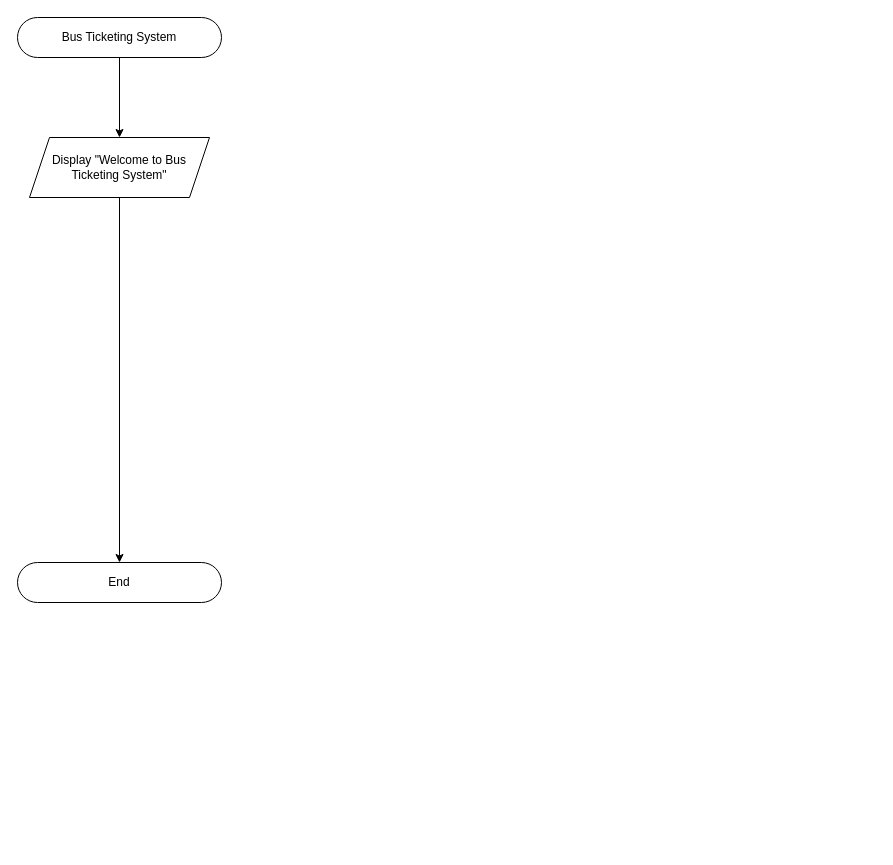
kenny2125/CC103-PROJECT-PROPOSAL keeps this draw.io diagram as Documenation/Bus Ticketing System.drawio. Above is the earlier version. Source tidied: cells renumbered, new cells numbered last; positions are measured from the earlier drawing's top-left corner, leaving out a move shared by most shapes. Both pictures are drawn from the tidied source at 100%, with x=0, y=0 at pixel (17, 17).
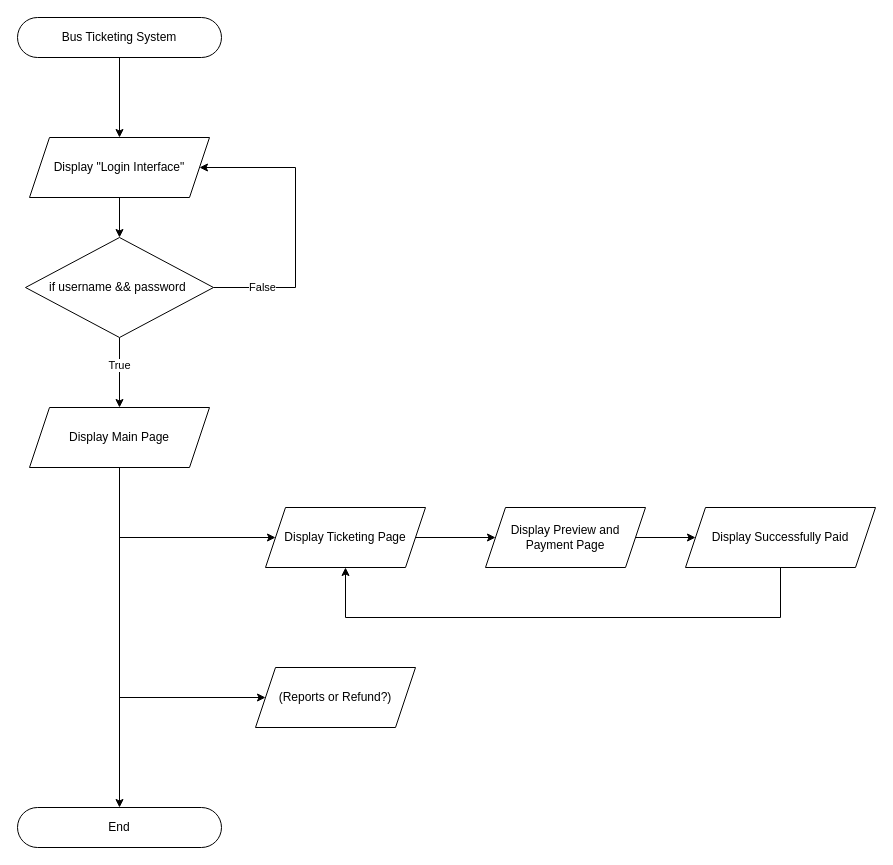
After the change.

What changed in the source:
```diff
@@
-    <mxCell id="4" style="edgeStyle=orthogonalEdgeStyle;rounded=0;jettySize=auto;html=1;" parent="1" edge="1" source="5" target="6">
-      <mxGeometry relative="1" as="geometry" />
-    </mxCell>
+    <mxCell id="7" style="edgeStyle=orthogonalEdgeStyle;rounded=0;jettySize=auto;html=1;entryX=0.5;entryY=0;entryDx=0;entryDy=0;" parent="1" edge="1" source="5" target="16">
+      <mxGeometry relative="1" as="geometry" />
+    </mxCell>
-    <mxCell id="5" value="Display &quot;Welcome to Bus Ticketing System&quot;" style="shape=parallelogram;perimeter=parallelogramPerimeter;whiteSpace=wrap;html=1;fixedSize=1;" parent="1" vertex="1">
+    <mxCell id="5" value="Display &quot;Login Interface&quot;" style="shape=parallelogram;perimeter=parallelogramPerimeter;whiteSpace=wrap;html=1;fixedSize=1;" parent="1" vertex="1">
       <mxGeometry x="12" y="120" width="180" height="60" as="geometry" />
     </mxCell>
     <mxCell id="6" value="End" style="rounded=1;whiteSpace=wrap;html=1;fontSize=12;glass=0;strokeWidth=1;shadow=0;arcSize=50;" parent="1" vertex="1">
-      <mxGeometry y="545" width="204" height="40" as="geometry" />
+      <mxGeometry y="790" width="204" height="40" as="geometry" />
     </mxCell>
+    <mxCell id="8" style="edgeStyle=orthogonalEdgeStyle;rounded=0;jettySize=auto;html=1;entryX=0;entryY=0.5;entryDx=0;entryDy=0;" parent="1" edge="1" source="11" target="18">
+      <mxGeometry relative="1" as="geometry">
+        <Array as="points">
+          <mxPoint x="102" y="520" />
+        </Array>
+      </mxGeometry>
+    </mxCell>
+    <mxCell id="9" style="edgeStyle=orthogonalEdgeStyle;rounded=0;jettySize=auto;html=1;" parent="1" edge="1" source="11" target="6">
+      <mxGeometry relative="1" as="geometry" />
+    </mxCell>
+    <mxCell id="10" style="edgeStyle=orthogonalEdgeStyle;rounded=0;jettySize=auto;html=1;entryX=0;entryY=0.5;entryDx=0;entryDy=0;" parent="1" edge="1" source="11" target="21">
+      <mxGeometry relative="1" as="geometry">
+        <Array as="points">
+          <mxPoint x="102" y="680" />
+        </Array>
+      </mxGeometry>
+    </mxCell>
+    <mxCell id="11" value="Display Main Page" style="shape=parallelogram;perimeter=parallelogramPerimeter;whiteSpace=wrap;html=1;fixedSize=1;" parent="1" vertex="1">
+      <mxGeometry x="12" y="390" width="180" height="60" as="geometry" />
+    </mxCell>
+    <mxCell id="12" style="edgeStyle=orthogonalEdgeStyle;rounded=0;jettySize=auto;html=1;entryX=0.5;entryY=0;entryDx=0;entryDy=0;" parent="1" edge="1" source="16" target="11">
+      <mxGeometry relative="1" as="geometry" />
+    </mxCell>
+    <mxCell id="13" value="True" style="edgeLabel;html=1;align=center;verticalAlign=middle;" parent="12" vertex="1">
+      <mxGeometry x="-0.22" y="-1" relative="1" as="geometry" />
+    </mxCell>
+    <mxCell id="14" style="edgeStyle=orthogonalEdgeStyle;rounded=0;jettySize=auto;html=1;entryX=1;entryY=0.5;entryDx=0;entryDy=0;" parent="1" edge="1" source="16" target="5">
+      <mxGeometry relative="1" as="geometry">
+        <Array as="points">
+          <mxPoint x="278" y="270" />
+          <mxPoint x="278" y="150" />
+        </Array>
+      </mxGeometry>
+    </mxCell>
+    <mxCell id="15" value="False" style="edgeLabel;html=1;align=center;verticalAlign=middle;" parent="14" vertex="1">
+      <mxGeometry x="-0.68" y="1" relative="1" as="geometry" />
+    </mxCell>
+    <mxCell id="16" value="if username &amp;amp;&amp;amp; password&amp;nbsp;" style="rhombus;whiteSpace=wrap;html=1;" parent="1" vertex="1">
+      <mxGeometry x="8" y="220" width="188" height="100" as="geometry" />
+    </mxCell>
+    <mxCell id="17" style="edgeStyle=orthogonalEdgeStyle;rounded=0;jettySize=auto;html=1;" parent="1" edge="1" source="18" target="20">
+      <mxGeometry relative="1" as="geometry" />
+    </mxCell>
+    <mxCell id="18" value="Display Ticketing Page" style="shape=parallelogram;perimeter=parallelogramPerimeter;whiteSpace=wrap;html=1;fixedSize=1;" parent="1" vertex="1">
+      <mxGeometry x="248" y="490" width="160" height="60" as="geometry" />
+    </mxCell>
+    <mxCell id="19" style="edgeStyle=orthogonalEdgeStyle;rounded=0;jettySize=auto;html=1;entryX=0;entryY=0.5;entryDx=0;entryDy=0;" parent="1" edge="1" source="20" target="23">
+      <mxGeometry relative="1" as="geometry" />
+    </mxCell>
+    <mxCell id="20" value="Display Preview and Payment Page" style="shape=parallelogram;perimeter=parallelogramPerimeter;whiteSpace=wrap;html=1;fixedSize=1;" parent="1" vertex="1">
+      <mxGeometry x="468" y="490" width="160" height="60" as="geometry" />
+    </mxCell>
+    <mxCell id="21" value="(Reports or Refund?)" style="shape=parallelogram;perimeter=parallelogramPerimeter;whiteSpace=wrap;html=1;fixedSize=1;" parent="1" vertex="1">
+      <mxGeometry x="238" y="650" width="160" height="60" as="geometry" />
+    </mxCell>
+    <mxCell id="22" style="edgeStyle=orthogonalEdgeStyle;rounded=0;jettySize=auto;html=1;entryX=0.5;entryY=1;entryDx=0;entryDy=0;" parent="1" edge="1" source="23" target="18">
+      <mxGeometry relative="1" as="geometry">
+        <Array as="points">
+          <mxPoint x="763" y="600" />
+          <mxPoint x="328" y="600" />
+        </Array>
+      </mxGeometry>
+    </mxCell>
+    <mxCell id="23" value="Display Successfully Paid" style="shape=parallelogram;perimeter=parallelogramPerimeter;whiteSpace=wrap;html=1;fixedSize=1;" parent="1" vertex="1">
+      <mxGeometry x="668" y="490" width="190" height="60" as="geometry" />
+    </mxCell>
```
